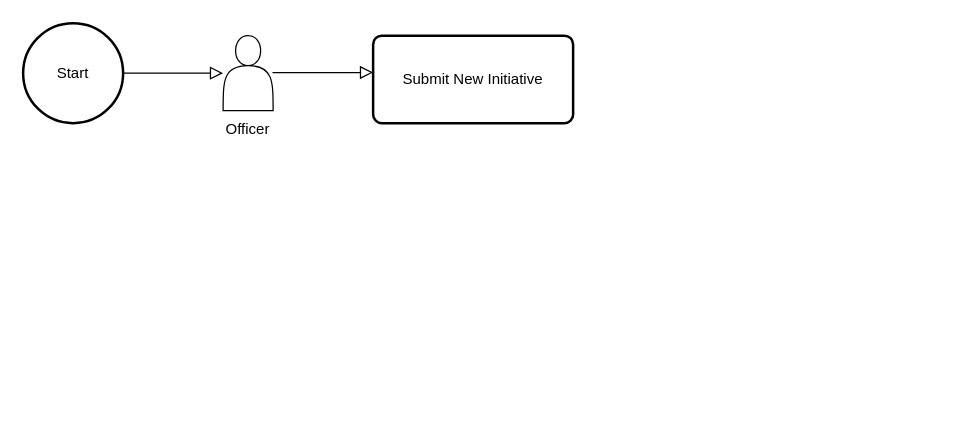
The draw.io diagram Untitled Diagram.drawio in ganeshglitz/drawio, before the edit. Source tidied: cells renumbered, new cells numbered last; positions are measured from the earlier drawing's top-left corner, leaving out a move shared by most shapes. Both pictures are drawn from the tidied source at 125%, with x=0, y=0 at pixel (22, 22).
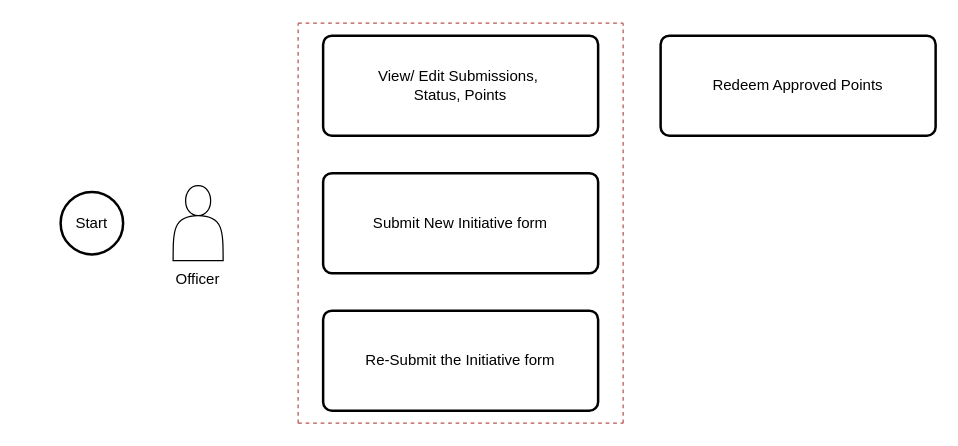
The same page after the edit.

The edit, as a diff of the source:
```diff
@@
 <mxGraphModel>
   <root>
     <mxCell id="0" />
     <mxCell id="1" parent="0" />
     <mxCell id="2" value="Start" style="strokeWidth=2;html=1;shape=mxgraph.flowchart.start_2;whiteSpace=wrap;" parent="1" vertex="1">
-      <mxGeometry width="80" height="80" as="geometry" />
+      <mxGeometry x="30" y="135" width="50" height="50" as="geometry" />
     </mxCell>
-    <mxCell id="3" style="edgeStyle=orthogonalEdgeStyle;rounded=0;html=1;jettySize=auto;orthogonalLoop=1;fontSize=11;endArrow=block;endFill=0;endSize=8;strokeWidth=1;shadow=0;labelBackgroundColor=none;" parent="1" edge="1">
-      <mxGeometry x="-0.01" y="10" relative="1" as="geometry">
-        <mxPoint x="79.5" y="40" as="sourcePoint" />
-        <mxPoint x="160" y="40" as="targetPoint" />
-      </mxGeometry>
-    </mxCell>
     <mxCell id="4" style="shape=actor;whiteSpace=wrap;html=1;" parent="1" vertex="1">
-      <mxGeometry x="160" y="10" width="40" height="60" as="geometry" />
+      <mxGeometry x="120" y="130" width="40" height="60" as="geometry" />
     </mxCell>
     <mxCell id="5" value="Officer" style="text;html=1;align=center;verticalAlign=middle;whiteSpace=wrap;rounded=0;" parent="1" vertex="1">
-      <mxGeometry x="150" y="70" width="60" height="30" as="geometry" />
+      <mxGeometry x="110" y="190" width="60" height="30" as="geometry" />
     </mxCell>
-    <mxCell id="6" value="Submit New Initiative" style="rounded=1;whiteSpace=wrap;html=1;absoluteArcSize=1;arcSize=14;strokeWidth=2;" parent="1" vertex="1">
-      <mxGeometry x="280" y="10" width="160" height="70" as="geometry" />
+    <mxCell id="6" value="Submit New Initiative form" style="rounded=1;whiteSpace=wrap;html=1;absoluteArcSize=1;arcSize=14;strokeWidth=2;" parent="1" vertex="1">
+      <mxGeometry x="240" y="120" width="220" height="80" as="geometry" />
     </mxCell>
-    <mxCell id="7" style="edgeStyle=orthogonalEdgeStyle;rounded=0;html=1;jettySize=auto;orthogonalLoop=1;fontSize=11;endArrow=block;endFill=0;endSize=8;strokeWidth=1;shadow=0;labelBackgroundColor=none;" parent="1" edge="1">
-      <mxGeometry x="-0.01" y="10" relative="1" as="geometry">
-        <mxPoint x="199.5" y="39.5" as="sourcePoint" />
-        <mxPoint x="280" y="39.5" as="targetPoint" />
-      </mxGeometry>
-    </mxCell>
+    <mxCell id="8" value="Re-Submit the Initiative form" style="rounded=1;whiteSpace=wrap;html=1;absoluteArcSize=1;arcSize=14;strokeWidth=2;" parent="1" vertex="1">
+      <mxGeometry x="240" y="230" width="220" height="80" as="geometry" />
+    </mxCell>
+    <mxCell id="9" style="endArrow=none;dashed=1;html=1;rounded=0;fillColor=#f8cecc;strokeColor=#b85450;" parent="1" edge="1">
+      <mxGeometry relative="1" as="geometry">
+        <mxPoint x="220" y="320" as="sourcePoint" />
+        <mxPoint x="220" as="targetPoint" />
+      </mxGeometry>
+    </mxCell>
+    <mxCell id="10" style="endArrow=none;dashed=1;html=1;rounded=0;fillColor=#f8cecc;strokeColor=#b85450;" parent="1" edge="1">
+      <mxGeometry relative="1" as="geometry">
+        <mxPoint x="480" y="320" as="sourcePoint" />
+        <mxPoint x="480" as="targetPoint" />
+        <Array as="points">
+          <mxPoint x="480" y="160" />
+        </Array>
+      </mxGeometry>
+    </mxCell>
+    <mxCell id="11" style="endArrow=none;dashed=1;html=1;rounded=0;fillColor=#f8cecc;strokeColor=#b85450;" parent="1" edge="1">
+      <mxGeometry relative="1" as="geometry">
+        <mxPoint x="220" y="320" as="sourcePoint" />
+        <mxPoint x="480" y="320" as="targetPoint" />
+      </mxGeometry>
+    </mxCell>
+    <mxCell id="12" style="endArrow=none;dashed=1;html=1;rounded=0;fillColor=#f8cecc;strokeColor=#b85450;" parent="1" edge="1">
+      <mxGeometry relative="1" as="geometry">
+        <mxPoint x="220" as="sourcePoint" />
+        <mxPoint x="480" as="targetPoint" />
+      </mxGeometry>
+    </mxCell>
+    <mxCell id="13" value="View/ Edit Submissions,&amp;nbsp;&lt;div&gt;Status, Points&lt;/div&gt;" style="rounded=1;whiteSpace=wrap;html=1;absoluteArcSize=1;arcSize=14;strokeWidth=2;" parent="1" vertex="1">
+      <mxGeometry x="240" y="10" width="220" height="80" as="geometry" />
+    </mxCell>
+    <mxCell id="14" value="Redeem Approved Points" style="rounded=1;whiteSpace=wrap;html=1;absoluteArcSize=1;arcSize=14;strokeWidth=2;" parent="1" vertex="1">
+      <mxGeometry x="510" y="10" width="220" height="80" as="geometry" />
+    </mxCell>
   </root>
 </mxGraphModel>
```
